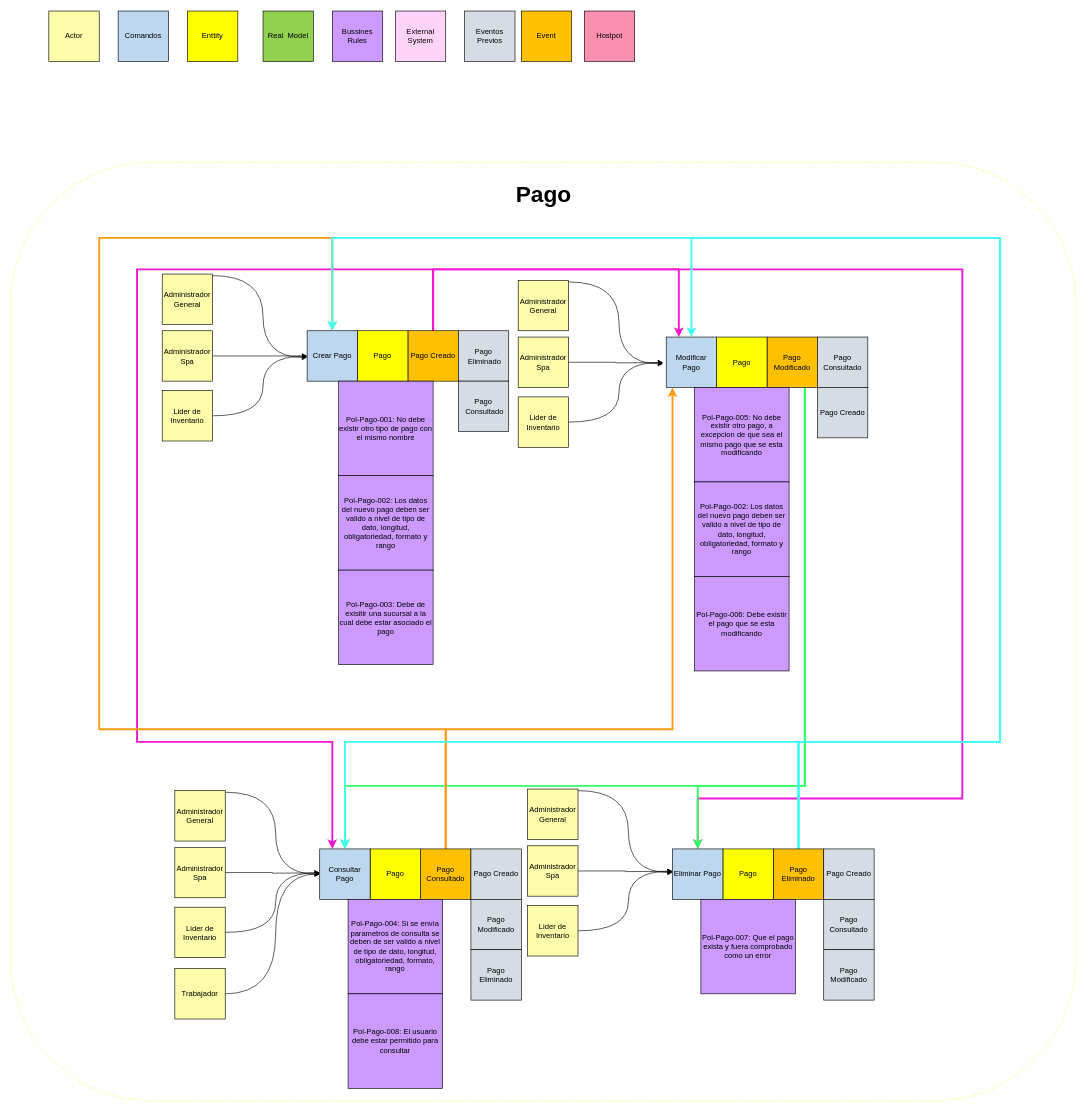
This is page "Pago - Event Storming" (2 of 4) of SpaOnline/EventStorming/Pagos - Event Storming.drawio from cristianospina/DOO, a draw.io file, before an edit. Source tidied: cells renumbered, new cells numbered last; positions are measured from the earlier drawing's top-left corner, leaving out a move shared by most shapes. Both pictures are drawn from the tidied source at 63%, with x=0, y=0 at pixel (11, 11).
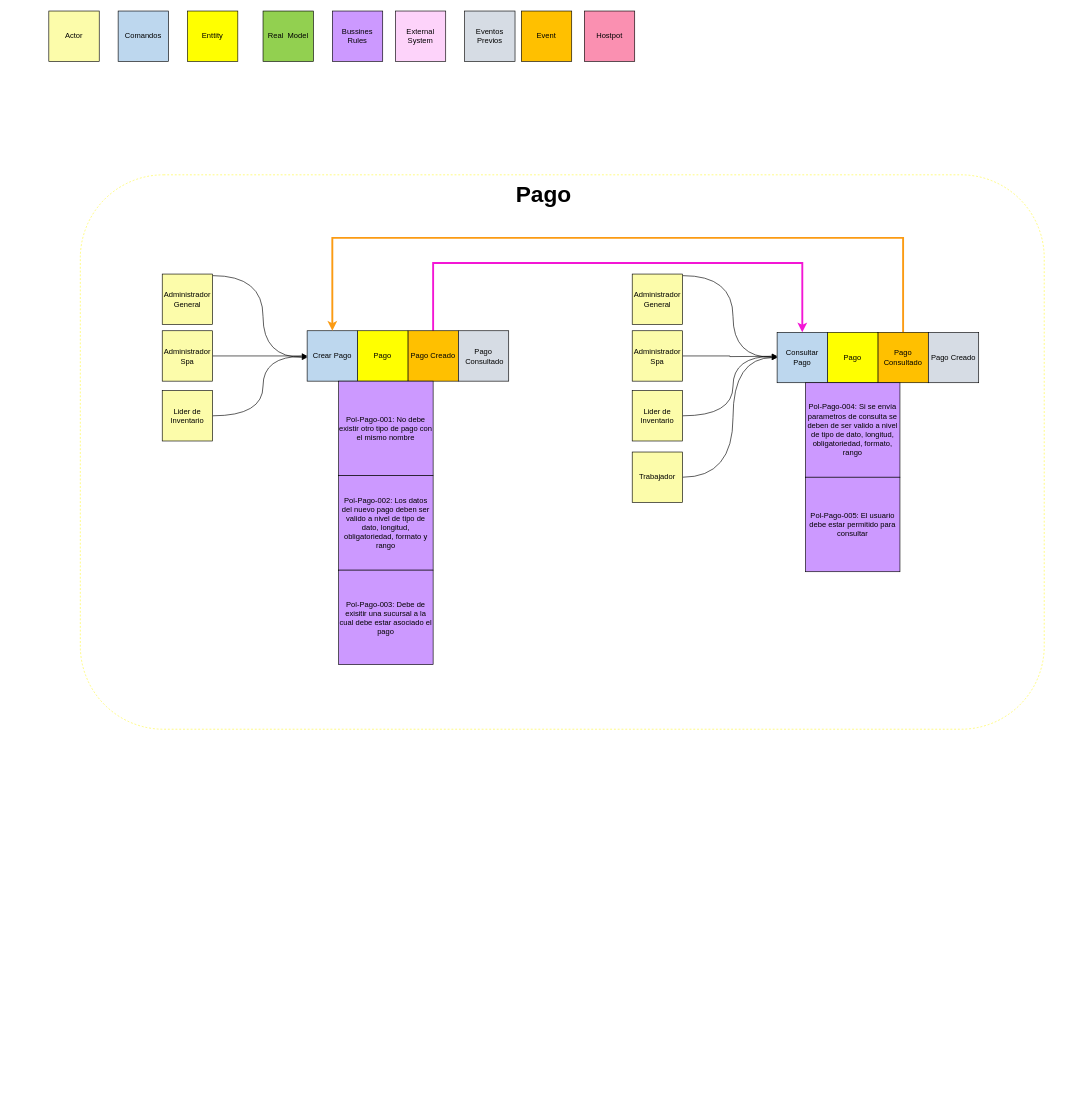
The same page after the edit.

Unchanged cells that the change refers to:
```xml
<mxCell id="16" value="Pago Creado" style="whiteSpace=wrap;html=1;fillColor=#FFC000;" parent="1" vertex="1">
  <mxGeometry x="630" y="507.5" width="80" height="80" as="geometry" />
</mxCell>
<mxCell id="18" value="Crear&amp;nbsp;Pago" style="whiteSpace=wrap;html=1;fillColor=#BDD7EE;" parent="1" vertex="1">
  <mxGeometry x="470" y="507.5" width="80" height="80" as="geometry" />
</mxCell>
```

What changed in the source:
```diff
@@
     <mxCell id="2" style="rounded=1;whiteSpace=wrap;html=1;dashed=1;strokeColor=#fff93d;" parent="1" vertex="1">
-      <mxGeometry y="240" width="1690" height="1490" as="geometry" />
+      <mxGeometry x="110" y="260" width="1530" height="880" as="geometry" />
     </mxCell>
@@
-    <mxCell id="13" style="edgeStyle=orthogonalEdgeStyle;rounded=0;jettySize=auto;html=1;strokeColor=#f316d5;strokeWidth=3;" parent="1" edge="1" source="16" target="44">
-      <mxGeometry relative="1" as="geometry">
-        <Array as="points">
-          <mxPoint x="670" y="410" />
-          <mxPoint x="1510" y="410" />
-          <mxPoint x="1510" y="1250" />
-          <mxPoint x="1090" y="1250" />
-        </Array>
-      </mxGeometry>
-    </mxCell>
     <mxCell id="14" style="edgeStyle=orthogonalEdgeStyle;rounded=0;jettySize=auto;html=1;strokeColor=#f316d5;strokeWidth=3;" parent="1" edge="1" source="16" target="37">
       <mxGeometry relative="1" as="geometry">
         <Array as="points">
-          <mxPoint x="670" y="410" />
-          <mxPoint x="200" y="410" />
-          <mxPoint x="200" y="1160" />
-          <mxPoint x="510" y="1160" />
+          <mxPoint x="670" y="400" />
+          <mxPoint x="1256" y="400" />
         </Array>
       </mxGeometry>
     </mxCell>
-    <mxCell id="15" style="edgeStyle=orthogonalEdgeStyle;rounded=0;jettySize=auto;html=1;strokeColor=#f316d5;strokeWidth=3;" parent="1" edge="1" source="16" target="31">
-      <mxGeometry relative="1" as="geometry">
-        <Array as="points">
-          <mxPoint x="670" y="410" />
-          <mxPoint x="1060" y="410" />
-        </Array>
-      </mxGeometry>
-    </mxCell>
@@
-    <mxCell id="26" value="Pago&lt;br&gt;&amp;nbsp;Eliminado" style="whiteSpace=wrap;html=1;fillColor=#D6DCE4;" parent="1" vertex="1">
-      <mxGeometry x="710" y="507.5" width="80" height="80" as="geometry" />
-    </mxCell>
-    <mxCell id="27" style="edgeStyle=orthogonalEdgeStyle;rounded=0;jettySize=auto;html=1;strokeWidth=3;strokeColor=#33ff66;" parent="1" edge="1" source="29" target="37">
-      <mxGeometry relative="1" as="geometry">
-        <Array as="points">
-          <mxPoint x="1260" y="1230" />
-          <mxPoint x="530" y="1230" />
-        </Array>
-      </mxGeometry>
-    </mxCell>
-    <mxCell id="28" style="edgeStyle=orthogonalEdgeStyle;rounded=0;jettySize=auto;html=1;strokeWidth=3;strokeColor=#33ff66;" parent="1" edge="1" source="29" target="44">
-      <mxGeometry relative="1" as="geometry">
-        <Array as="points">
-          <mxPoint x="1260" y="1230" />
-          <mxPoint x="1090" y="1230" />
-        </Array>
-      </mxGeometry>
-    </mxCell>
-    <mxCell id="29" value="Pago Modificado" style="whiteSpace=wrap;html=1;fillColor=#FFC000;" parent="1" vertex="1">
-      <mxGeometry x="1200" y="517.5" width="80" height="80" as="geometry" />
-    </mxCell>
-    <mxCell id="30" value="Pago" style="whiteSpace=wrap;html=1;fillColor=#FFFF00;" parent="1" vertex="1">
-      <mxGeometry x="1120" y="517.5" width="80" height="80" as="geometry" />
-    </mxCell>
-    <mxCell id="31" value="Modificar&lt;br&gt;Pago" style="whiteSpace=wrap;html=1;fillColor=#BDD7EE;" parent="1" vertex="1">
-      <mxGeometry x="1040" y="517.5" width="80" height="80" as="geometry" />
-    </mxCell>
-    <mxCell id="32" value="Pago Consultado" style="whiteSpace=wrap;html=1;fillColor=#D6DCE4;" parent="1" vertex="1">
-      <mxGeometry x="1280" y="517.5" width="80" height="80" as="geometry" />
-    </mxCell>
     <mxCell id="33" style="edgeStyle=orthogonalEdgeStyle;rounded=0;jettySize=auto;html=1;strokeColor=#fb9b13;strokeWidth=3;" parent="1" edge="1" source="35" target="18">
       <mxGeometry relative="1" as="geometry">
         <Array as="points">
-          <mxPoint x="690" y="1140" />
-          <mxPoint x="140" y="1140" />
-          <mxPoint x="140" y="360" />
+          <mxPoint x="1416" y="360" />
           <mxPoint x="510" y="360" />
         </Array>
       </mxGeometry>
     </mxCell>
-    <mxCell id="34" style="edgeStyle=orthogonalEdgeStyle;rounded=0;jettySize=auto;html=1;strokeColor=#fb9b13;strokeWidth=3;" parent="1" edge="1" source="35" target="31">
-      <mxGeometry relative="1" as="geometry">
-        <Array as="points">
-          <mxPoint x="690" y="1140" />
-          <mxPoint x="1050" y="1140" />
-        </Array>
-      </mxGeometry>
-    </mxCell>
     <mxCell id="35" value="Pago Consultado" style="whiteSpace=wrap;html=1;fillColor=#FFC000;" parent="1" vertex="1">
-      <mxGeometry x="650" y="1330" width="80" height="80" as="geometry" />
+      <mxGeometry x="1376" y="510" width="80" height="80" as="geometry" />
     </mxCell>
     <mxCell id="36" value="Pago" style="whiteSpace=wrap;html=1;fillColor=#FFFF00;" parent="1" vertex="1">
-      <mxGeometry x="570" y="1330" width="80" height="80" as="geometry" />
+      <mxGeometry x="1296" y="510" width="80" height="80" as="geometry" />
     </mxCell>
     <mxCell id="37" value="Consultar&lt;br&gt;Pago" style="whiteSpace=wrap;html=1;fillColor=#BDD7EE;" parent="1" vertex="1">
-      <mxGeometry x="490" y="1330" width="80" height="80" as="geometry" />
+      <mxGeometry x="1216" y="510" width="80" height="80" as="geometry" />
     </mxCell>
     <mxCell id="38" value="Pago Creado" style="whiteSpace=wrap;html=1;fillColor=#D6DCE4;" parent="1" vertex="1">
-      <mxGeometry x="730" y="1330" width="80" height="80" as="geometry" />
+      <mxGeometry x="1456" y="510" width="80" height="80" as="geometry" />
     </mxCell>
-    <mxCell id="39" style="edgeStyle=orthogonalEdgeStyle;rounded=0;jettySize=auto;html=1;strokeColor=#3dfff2;strokeWidth=3;" parent="1" edge="1" source="42" target="18">
-      <mxGeometry relative="1" as="geometry">
-        <Array as="points">
-          <mxPoint x="1250" y="1160" />
-          <mxPoint x="1570" y="1160" />
-          <mxPoint x="1570" y="360" />
-          <mxPoint x="510" y="360" />
-        </Array>
-      </mxGeometry>
-    </mxCell>
-    <mxCell id="40" style="edgeStyle=orthogonalEdgeStyle;rounded=0;jettySize=auto;html=1;strokeColor=#3dfff2;strokeWidth=3;" parent="1" edge="1" source="42" target="37">
-      <mxGeometry relative="1" as="geometry">
-        <Array as="points">
-          <mxPoint x="1250" y="1160" />
-          <mxPoint x="530" y="1160" />
-        </Array>
-      </mxGeometry>
-    </mxCell>
-    <mxCell id="41" style="edgeStyle=orthogonalEdgeStyle;rounded=0;jettySize=auto;html=1;entryX=0.5;entryY=0;entryDx=0;entryDy=0;strokeColor=#3dfff2;strokeWidth=3;" parent="1" edge="1" source="42" target="31">
-      <mxGeometry relative="1" as="geometry">
-        <Array as="points">
-          <mxPoint x="1250" y="1160" />
-          <mxPoint x="1570" y="1160" />
-          <mxPoint x="1570" y="360" />
-          <mxPoint x="1080" y="360" />
-        </Array>
-      </mxGeometry>
-    </mxCell>
-    <mxCell id="42" value="Pago Eliminado" style="whiteSpace=wrap;html=1;fillColor=#FFC000;" parent="1" vertex="1">
-      <mxGeometry x="1210" y="1330" width="80" height="80" as="geometry" />
-    </mxCell>
-    <mxCell id="43" value="Pago" style="whiteSpace=wrap;html=1;fillColor=#FFFF00;" parent="1" vertex="1">
-      <mxGeometry x="1130" y="1330" width="80" height="80" as="geometry" />
-    </mxCell>
-    <mxCell id="44" value="Eliminar&amp;nbsp;Pago" style="whiteSpace=wrap;html=1;fillColor=#BDD7EE;" parent="1" vertex="1">
-      <mxGeometry x="1050" y="1330" width="80" height="80" as="geometry" />
-    </mxCell>
-    <mxCell id="45" value="Pago Creado" style="whiteSpace=wrap;html=1;fillColor=#D6DCE4;" parent="1" vertex="1">
-      <mxGeometry x="1290" y="1330" width="80" height="80" as="geometry" />
-    </mxCell>
@@
-    <mxCell id="47" value="Pago Creado" style="whiteSpace=wrap;html=1;fillColor=#D6DCE4;" parent="1" vertex="1">
-      <mxGeometry x="1280" y="597.5" width="80" height="80" as="geometry" />
-    </mxCell>
-    <mxCell id="48" value="Pago Consultado" style="whiteSpace=wrap;html=1;fillColor=#D6DCE4;" parent="1" vertex="1">
-      <mxGeometry x="1290" y="1410" width="80" height="80" as="geometry" />
-    </mxCell>
-    <mxCell id="49" value="Pago Modificado" style="whiteSpace=wrap;html=1;fillColor=#D6DCE4;" parent="1" vertex="1">
-      <mxGeometry x="1290" y="1490" width="80" height="80" as="geometry" />
-    </mxCell>
     <mxCell id="50" value="Pago&lt;br&gt;&amp;nbsp;Consultado" style="whiteSpace=wrap;html=1;fillColor=#D6DCE4;" parent="1" vertex="1">
-      <mxGeometry x="710" y="587.5" width="80" height="80" as="geometry" />
+      <mxGeometry x="710" y="507.5" width="80" height="80" as="geometry" />
     </mxCell>
-    <mxCell id="51" value="Pago Modificado" style="whiteSpace=wrap;html=1;fillColor=#D6DCE4;" parent="1" vertex="1">
-      <mxGeometry x="730" y="1410" width="80" height="80" as="geometry" />
-    </mxCell>
     <mxCell id="52" value="Pol-Pago-004:&amp;nbsp;Si se envía parametros de consulta se deben de ser valido a nivel de tipo de dato, longitud, obligatoriedad, formato, rango" style="whiteSpace=wrap;html=1;fillColor=#CC99FF;" parent="1" vertex="1">
-      <mxGeometry x="535" y="1410" width="150" height="150" as="geometry" />
+      <mxGeometry x="1261" y="590" width="150" height="150" as="geometry" />
     </mxCell>
-    <mxCell id="53" value="Pol-Pago-005:&amp;nbsp;No debe existir otro pago, a excepcion de que sea el mismo pago que se esta modificando" style="whiteSpace=wrap;html=1;fillColor=#CC99FF;" parent="1" vertex="1">
-      <mxGeometry x="1085" y="597.5" width="150" height="150" as="geometry" />
-    </mxCell>
-    <mxCell id="54" value="Pol-Pago-006:&amp;nbsp;Debe existir el pago que se esta modificando" style="whiteSpace=wrap;html=1;fillColor=#CC99FF;" parent="1" vertex="1">
-      <mxGeometry x="1085" y="897.5" width="150" height="150" as="geometry" />
-    </mxCell>
-    <mxCell id="55" value="Pol-Pago-002:&amp;nbsp;Los datos del nuevo pago deben ser valido a nivel de tipo de dato, longitud, obligatoriedad, formato y rango" style="whiteSpace=wrap;html=1;fillColor=#CC99FF;" parent="1" vertex="1">
-      <mxGeometry x="1085" y="747.5" width="150" height="150" as="geometry" />
-    </mxCell>
-    <mxCell id="56" style="edgeStyle=orthogonalEdgeStyle;rounded=0;jettySize=auto;html=1;curved=1;" parent="1" edge="1" source="57">
-      <mxGeometry relative="1" as="geometry">
-        <mxPoint x="1035" y="560" as="targetPoint" />
-        <Array as="points">
-          <mxPoint x="965" y="430" />
-          <mxPoint x="965" y="560" />
-        </Array>
-      </mxGeometry>
-    </mxCell>
-    <mxCell id="57" value="Administrador General" style="whiteSpace=wrap;html=1;fillColor=#FCFCAA;" parent="1" vertex="1">
-      <mxGeometry x="805" y="427.5" width="80" height="80" as="geometry" />
-    </mxCell>
-    <mxCell id="58" style="edgeStyle=orthogonalEdgeStyle;rounded=0;jettySize=auto;html=1;" parent="1" edge="1" source="59">
-      <mxGeometry relative="1" as="geometry">
-        <mxPoint x="1035" y="558" as="targetPoint" />
-      </mxGeometry>
-    </mxCell>
-    <mxCell id="59" value="Administrador Spa" style="whiteSpace=wrap;html=1;fillColor=#FCFCAA;" parent="1" vertex="1">
-      <mxGeometry x="805" y="517.5" width="80" height="80" as="geometry" />
-    </mxCell>
-    <mxCell id="60" style="edgeStyle=orthogonalEdgeStyle;rounded=0;jettySize=auto;html=1;curved=1;" parent="1" edge="1" source="61">
-      <mxGeometry relative="1" as="geometry">
-        <mxPoint x="1035" y="558" as="targetPoint" />
-        <Array as="points">
-          <mxPoint x="965" y="652" />
-          <mxPoint x="965" y="558" />
-        </Array>
-      </mxGeometry>
-    </mxCell>
-    <mxCell id="61" value="Lider de Inventario" style="whiteSpace=wrap;html=1;fillColor=#FCFCAA;" parent="1" vertex="1">
-      <mxGeometry x="805" y="612.5" width="80" height="80" as="geometry" />
-    </mxCell>
-    <mxCell id="62" value="Pol-Pago-007:&amp;nbsp;Que el pago exista y fuera comprobado como un error" style="whiteSpace=wrap;html=1;fillColor=#CC99FF;" parent="1" vertex="1">
-      <mxGeometry x="1095" y="1410" width="150" height="150" as="geometry" />
-    </mxCell>
     <mxCell id="63" style="edgeStyle=orthogonalEdgeStyle;rounded=0;jettySize=auto;html=1;curved=1;" parent="1" edge="1" source="64">
       <mxGeometry relative="1" as="geometry">
-        <mxPoint x="490" y="1370" as="targetPoint" />
+        <mxPoint x="1216" y="550" as="targetPoint" />
         <Array as="points">
-          <mxPoint x="420" y="1240" />
-          <mxPoint x="420" y="1370" />
+          <mxPoint x="1146" y="420" />
+          <mxPoint x="1146" y="550" />
         </Array>
       </mxGeometry>
     </mxCell>
     <mxCell id="64" value="Administrador General" style="whiteSpace=wrap;html=1;fillColor=#FCFCAA;" parent="1" vertex="1">
-      <mxGeometry x="260" y="1237.5" width="80" height="80" as="geometry" />
+      <mxGeometry x="986" y="417.5" width="80" height="80" as="geometry" />
     </mxCell>
     <mxCell id="65" style="edgeStyle=orthogonalEdgeStyle;rounded=0;jettySize=auto;html=1;" parent="1" edge="1" source="66">
       <mxGeometry relative="1" as="geometry">
-        <mxPoint x="490" y="1368" as="targetPoint" />
+        <mxPoint x="1216" y="548" as="targetPoint" />
       </mxGeometry>
     </mxCell>
     <mxCell id="66" value="Administrador Spa" style="whiteSpace=wrap;html=1;fillColor=#FCFCAA;" parent="1" vertex="1">
-      <mxGeometry x="260" y="1327.5" width="80" height="80" as="geometry" />
+      <mxGeometry x="986" y="507.5" width="80" height="80" as="geometry" />
     </mxCell>
     <mxCell id="67" style="edgeStyle=orthogonalEdgeStyle;rounded=0;jettySize=auto;html=1;curved=1;" parent="1" edge="1" source="68">
       <mxGeometry relative="1" as="geometry">
-        <mxPoint x="490" y="1368" as="targetPoint" />
+        <mxPoint x="1216" y="548" as="targetPoint" />
         <Array as="points">
-          <mxPoint x="420" y="1462" />
-          <mxPoint x="420" y="1368" />
+          <mxPoint x="1146" y="642" />
+          <mxPoint x="1146" y="548" />
         </Array>
       </mxGeometry>
     </mxCell>
     <mxCell id="68" value="Lider de Inventario" style="whiteSpace=wrap;html=1;fillColor=#FCFCAA;" parent="1" vertex="1">
-      <mxGeometry x="260" y="1422.5" width="80" height="80" as="geometry" />
+      <mxGeometry x="986" y="602.5" width="80" height="80" as="geometry" />
     </mxCell>
     <mxCell id="69" style="edgeStyle=orthogonalEdgeStyle;rounded=0;jettySize=auto;html=1;curved=1;" parent="1" edge="1" source="70" target="37">
       <mxGeometry relative="1" as="geometry">
         <Array as="points">
-          <mxPoint x="420" y="1560" />
-          <mxPoint x="420" y="1370" />
+          <mxPoint x="1146" y="740" />
+          <mxPoint x="1146" y="550" />
         </Array>
       </mxGeometry>
     </mxCell>
     <mxCell id="70" value="Trabajador" style="whiteSpace=wrap;html=1;fillColor=#FCFCAA;" parent="1" vertex="1">
-      <mxGeometry x="260" y="1520" width="80" height="80" as="geometry" />
+      <mxGeometry x="986" y="700" width="80" height="80" as="geometry" />
     </mxCell>
-    <mxCell id="71" style="edgeStyle=orthogonalEdgeStyle;rounded=0;jettySize=auto;html=1;curved=1;" parent="1" edge="1" source="72">
-      <mxGeometry relative="1" as="geometry">
-        <mxPoint x="1050" y="1367.5" as="targetPoint" />
-        <Array as="points">
-          <mxPoint x="980" y="1237.5" />
-          <mxPoint x="980" y="1367.5" />
-        </Array>
-      </mxGeometry>
-    </mxCell>
-    <mxCell id="72" value="Administrador General" style="whiteSpace=wrap;html=1;fillColor=#FCFCAA;" parent="1" vertex="1">
-      <mxGeometry x="820" y="1235" width="80" height="80" as="geometry" />
-    </mxCell>
-    <mxCell id="73" style="edgeStyle=orthogonalEdgeStyle;rounded=0;jettySize=auto;html=1;" parent="1" edge="1" source="74">
-      <mxGeometry relative="1" as="geometry">
-        <mxPoint x="1050" y="1365.5" as="targetPoint" />
-      </mxGeometry>
-    </mxCell>
-    <mxCell id="74" value="Administrador Spa" style="whiteSpace=wrap;html=1;fillColor=#FCFCAA;" parent="1" vertex="1">
-      <mxGeometry x="820" y="1325" width="80" height="80" as="geometry" />
-    </mxCell>
-    <mxCell id="75" style="edgeStyle=orthogonalEdgeStyle;rounded=0;jettySize=auto;html=1;curved=1;" parent="1" edge="1" source="76">
-      <mxGeometry relative="1" as="geometry">
-        <mxPoint x="1050" y="1365.5" as="targetPoint" />
-        <Array as="points">
-          <mxPoint x="980" y="1459.5" />
-          <mxPoint x="980" y="1365.5" />
-        </Array>
-      </mxGeometry>
-    </mxCell>
-    <mxCell id="76" value="Lider de Inventario" style="whiteSpace=wrap;html=1;fillColor=#FCFCAA;" parent="1" vertex="1">
-      <mxGeometry x="820" y="1420" width="80" height="80" as="geometry" />
-    </mxCell>
@@
-    <mxCell id="78" value="Pol-Pago-008:&amp;nbsp;El usuario debe estar permitido para consultar" style="whiteSpace=wrap;html=1;fillColor=#CC99FF;" parent="1" vertex="1">
-      <mxGeometry x="535" y="1560" width="150" height="150" as="geometry" />
+    <mxCell id="78" value="Pol-Pago-005:&amp;nbsp;El usuario debe estar permitido para consultar" style="whiteSpace=wrap;html=1;fillColor=#CC99FF;" parent="1" vertex="1">
+      <mxGeometry x="1261" y="740" width="150" height="150" as="geometry" />
     </mxCell>
-    <mxCell id="79" value="Pago Eliminado" style="whiteSpace=wrap;html=1;fillColor=#D6DCE4;" parent="1" vertex="1">
-      <mxGeometry x="730" y="1490" width="80" height="80" as="geometry" />
-    </mxCell>
```
